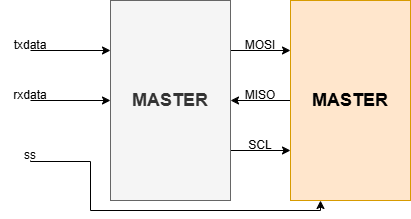
The draw.io diagram 발표자료/SPI 간략한 회로.drawio.png in Friday930/May_team_project_I2C_SPI, before a commit. Source tidied: cells renumbered, new cells last; positions are measured from the earlier drawing's top-left corner, leaving out a move shared by most shapes.
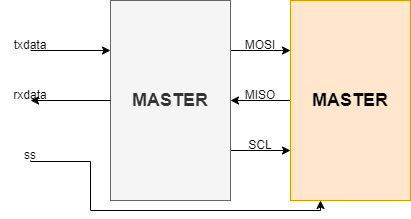
After the commit.

Change to the diagram source:
```diff
@@ -22,9 +22,9 @@
     <mxCell id="7" value="MASTER" style="rounded=0;whiteSpace=wrap;html=1;fontSize=18;fontStyle=1;fillColor=#ffe6cc;strokeColor=#d79b00;" parent="1" vertex="1">
       <mxGeometry x="290" width="120" height="200" as="geometry" />
     </mxCell>
-    <mxCell id="8" style="endArrow=classic;html=1;rounded=0;entryX=0;entryY=0.5;entryDx=0;entryDy=0;" parent="1" edge="1" target="6">
+    <mxCell id="8" style="endArrow=classic;html=1;rounded=0;entryX=0;entryY=0.5;entryDx=0;entryDy=0;exitX=0;exitY=0.5;exitDx=0;exitDy=0;" parent="1" edge="1" source="6">
       <mxGeometry relative="1" as="geometry">
-        <mxPoint x="30" y="100" as="sourcePoint" />
+        <mxPoint x="30" y="100" as="targetPoint" />
       </mxGeometry>
     </mxCell>
     <mxCell id="9" style="endArrow=classic;html=1;rounded=0;entryX=0.25;entryY=1;entryDx=0;entryDy=0;edgeStyle=orthogonalEdgeStyle;" parent="1" edge="1" target="7">
```
